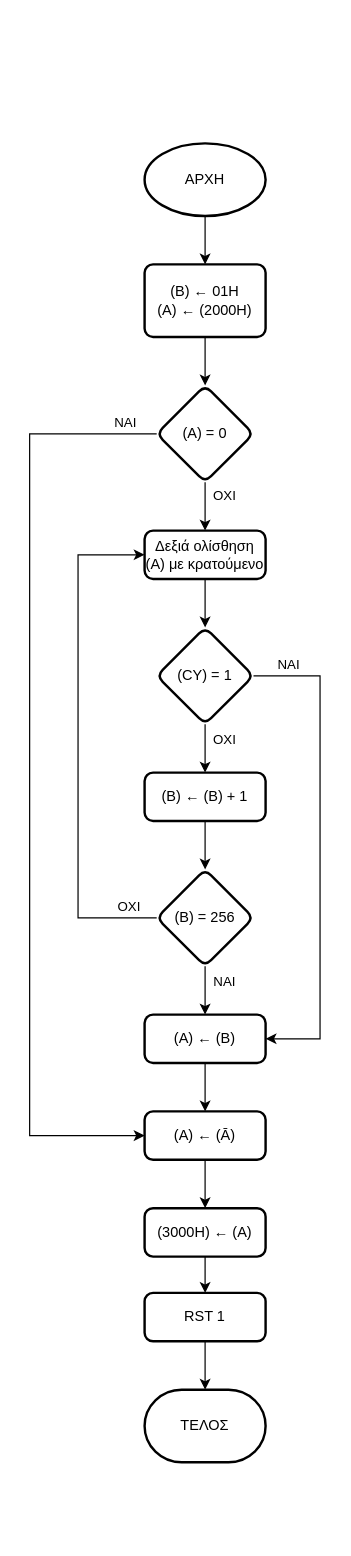
Before: Untitled Diagram.drawio in konstantinosk31/Microcomputer-Systems, a draw.io diagram. Source tidied: cells renumbered, new cells numbered last; positions are measured from the earlier drawing's top-left corner, leaving out a move shared by most shapes. Both pictures are drawn from the tidied source at 121%, with x=0, y=0 at pixel (29, 143).
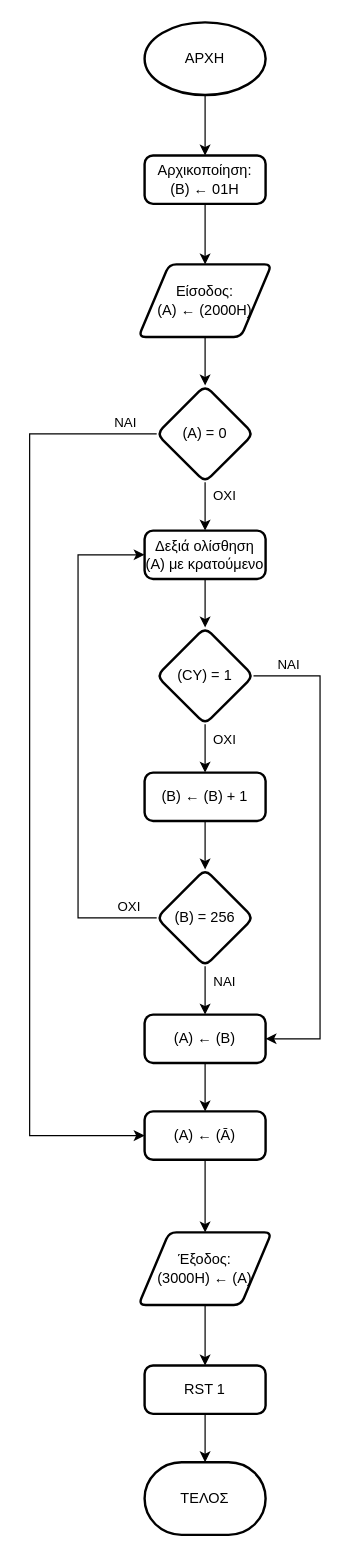
Above is the later version.

The change refers to these unchanged cells:
```xml
<mxCell id="10" value="(A) = 0" style="rhombus;whiteSpace=wrap;html=1;rounded=1;arcSize=14;strokeWidth=2;" parent="1" vertex="1">
  <mxGeometry x="105" y="200" width="80" height="80" as="geometry" />
</mxCell>
<mxCell id="28" value="(A) ← (Ā)" style="rounded=1;whiteSpace=wrap;html=1;absoluteArcSize=1;arcSize=14;strokeWidth=2;" parent="1" vertex="1">
  <mxGeometry x="95" y="800" width="100" height="40" as="geometry" />
</mxCell>
```

Diff of the diagram source:
```diff
@@
     <mxCell id="3" value="ΑΡΧΗ" style="strokeWidth=2;html=1;shape=mxgraph.flowchart.start_1;whiteSpace=wrap;" parent="1" vertex="1">
-      <mxGeometry x="95" width="100" height="60" as="geometry" />
+      <mxGeometry x="95" y="-100" width="100" height="60" as="geometry" />
     </mxCell>
-    <mxCell id="4" style="edgeStyle=orthogonalEdgeStyle;rounded=0;jettySize=auto;html=1;" parent="1" edge="1" source="5" target="10">
-      <mxGeometry relative="1" as="geometry" />
-    </mxCell>
+    <mxCell id="34" style="edgeStyle=orthogonalEdgeStyle;rounded=0;jettySize=auto;html=1;" parent="1" edge="1" source="5" target="37">
+      <mxGeometry relative="1" as="geometry" />
+    </mxCell>
-    <mxCell id="5" value="&lt;div&gt;(Β) ← 01H&lt;/div&gt;&lt;div&gt;(A) ← (2000H)&lt;/div&gt;" style="rounded=1;whiteSpace=wrap;html=1;absoluteArcSize=1;arcSize=14;strokeWidth=2;" parent="1" vertex="1">
-      <mxGeometry x="95" y="100" width="100" height="60" as="geometry" />
+    <mxCell id="5" value="&lt;div&gt;Αρχικοποίηση:&lt;br&gt;&lt;/div&gt;&lt;div&gt;(Β) ← 01H&lt;/div&gt;" style="rounded=1;whiteSpace=wrap;html=1;absoluteArcSize=1;arcSize=14;strokeWidth=2;" parent="1" vertex="1">
+      <mxGeometry x="95" y="10" width="100" height="40" as="geometry" />
     </mxCell>
@@
-    <mxCell id="27" style="edgeStyle=orthogonalEdgeStyle;rounded=0;jettySize=auto;html=1;" parent="1" edge="1" source="28" target="30">
-      <mxGeometry relative="1" as="geometry" />
-    </mxCell>
+    <mxCell id="35" style="edgeStyle=orthogonalEdgeStyle;rounded=0;jettySize=auto;html=1;" parent="1" edge="1" source="28" target="39">
+      <mxGeometry relative="1" as="geometry" />
+    </mxCell>
@@
-    <mxCell id="29" style="edgeStyle=orthogonalEdgeStyle;rounded=0;jettySize=auto;html=1;" parent="1" edge="1" source="30" target="32">
-      <mxGeometry relative="1" as="geometry" />
-    </mxCell>
-    <mxCell id="30" value="(3000H) ← (A)" style="rounded=1;whiteSpace=wrap;html=1;absoluteArcSize=1;arcSize=14;strokeWidth=2;" parent="1" vertex="1">
-      <mxGeometry x="95" y="880" width="100" height="40" as="geometry" />
-    </mxCell>
@@
     <mxCell id="32" value="RST 1" style="rounded=1;whiteSpace=wrap;html=1;absoluteArcSize=1;arcSize=14;strokeWidth=2;" parent="1" vertex="1">
-      <mxGeometry x="95" y="950" width="100" height="40" as="geometry" />
+      <mxGeometry x="95" y="1010" width="100" height="40" as="geometry" />
     </mxCell>
     <mxCell id="33" value="&lt;div&gt;ΤΕΛΟΣ&lt;/div&gt;" style="strokeWidth=2;html=1;shape=mxgraph.flowchart.terminator;whiteSpace=wrap;" parent="1" vertex="1">
-      <mxGeometry x="95" y="1030" width="100" height="60" as="geometry" />
+      <mxGeometry x="95" y="1090" width="100" height="60" as="geometry" />
     </mxCell>
+    <mxCell id="36" style="edgeStyle=orthogonalEdgeStyle;rounded=0;jettySize=auto;html=1;" parent="1" edge="1" source="37" target="10">
+      <mxGeometry relative="1" as="geometry" />
+    </mxCell>
+    <mxCell id="37" value="Είσοδος:&lt;div&gt;(A) ← (2000H)&lt;/div&gt;" style="shape=parallelogram;html=1;strokeWidth=2;perimeter=parallelogramPerimeter;whiteSpace=wrap;rounded=1;arcSize=12;size=0.23;" parent="1" vertex="1">
+      <mxGeometry x="90" y="100" width="110" height="60" as="geometry" />
+    </mxCell>
+    <mxCell id="38" style="edgeStyle=orthogonalEdgeStyle;rounded=0;jettySize=auto;html=1;" parent="1" edge="1" source="39" target="32">
+      <mxGeometry relative="1" as="geometry" />
+    </mxCell>
+    <mxCell id="39" value="Έξοδος:&lt;div&gt;(3000H) ← (A)&lt;/div&gt;" style="shape=parallelogram;html=1;strokeWidth=2;perimeter=parallelogramPerimeter;whiteSpace=wrap;rounded=1;arcSize=12;size=0.23;" parent="1" vertex="1">
+      <mxGeometry x="90" y="900" width="110" height="60" as="geometry" />
+    </mxCell>
```
